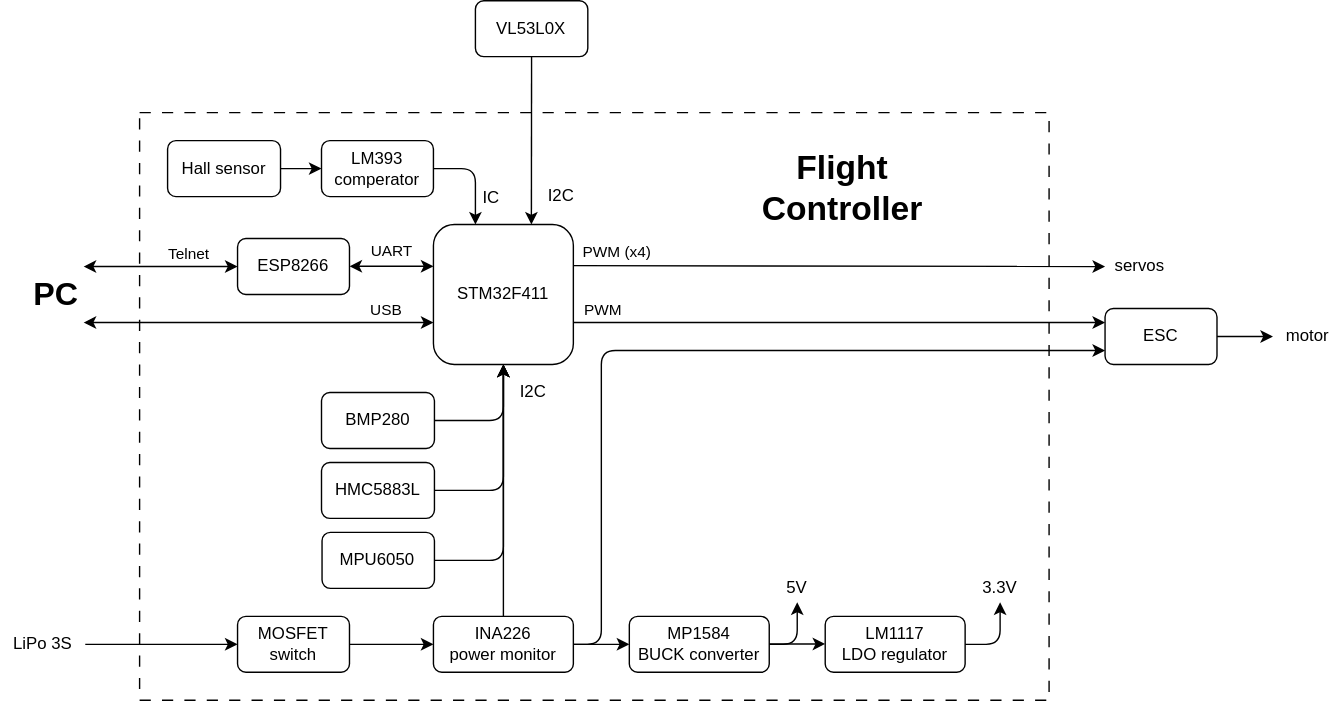
Eryk-Mozdzen/uav-tvc-goose keeps this draw.io diagram as docs/electronics_diagram.drawio.svg. Above is the earlier version. Source tidied: cells renumbered, new cells last; positions are measured from the earlier drawing's top-left corner, leaving out a move shared by most shapes.
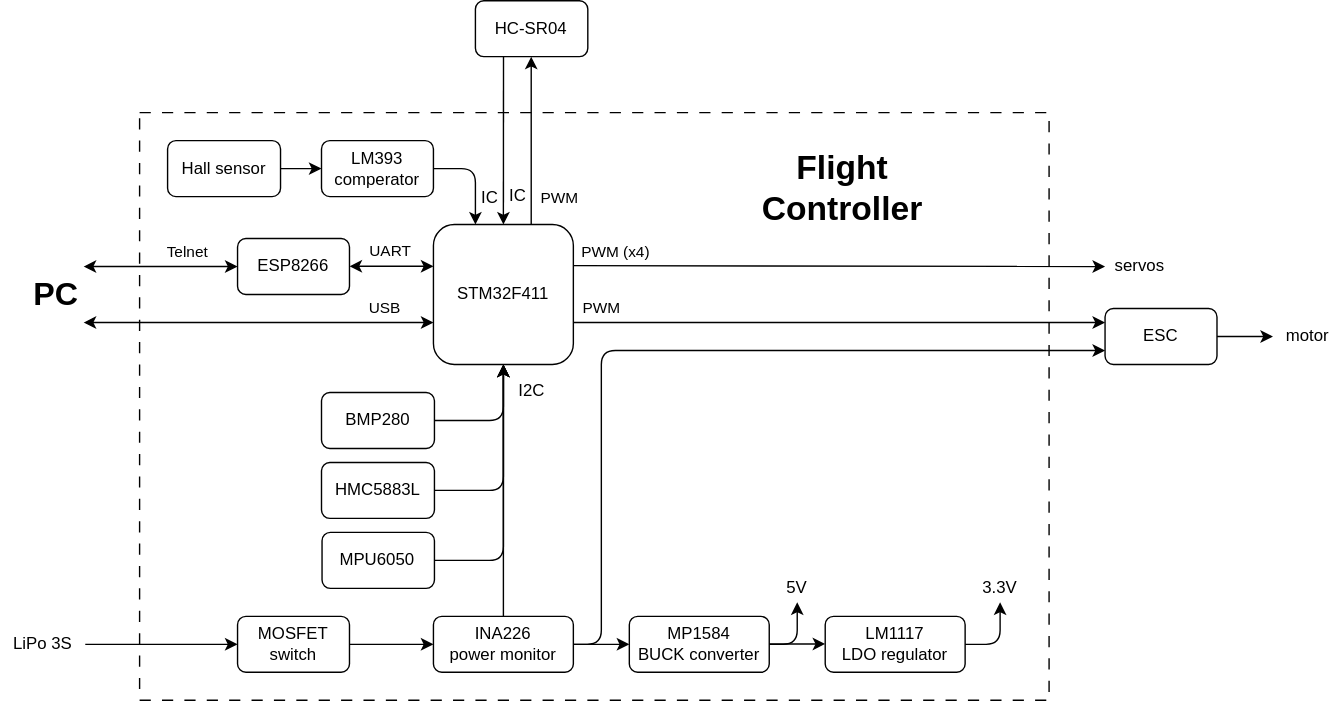
After the commit.

Diff of the diagram source:
```diff
@@ -5,6 +5,17 @@
     <mxCell id="2" style="rounded=0;whiteSpace=wrap;html=1;labelBackgroundColor=none;fontSize=23;dashed=1;dashPattern=8 8;" parent="1" vertex="1">
       <mxGeometry x="99" y="80" width="650" height="420" as="geometry" />
     </mxCell>
+    <mxCell id="51" style="edgeStyle=none;html=1;" parent="1" edge="1">
+      <mxGeometry relative="1" as="geometry">
+        <mxPoint x="378.9" y="170" as="sourcePoint" />
+        <mxPoint x="378.9" y="40" as="targetPoint" />
+      </mxGeometry>
+    </mxCell>
+    <mxCell id="52" value="PWM" style="edgeLabel;html=1;align=center;verticalAlign=middle;" parent="51" vertex="1">
+      <mxGeometry x="0.5" y="-1" relative="1" as="geometry">
+        <mxPoint x="19" y="68" as="offset" />
+      </mxGeometry>
+    </mxCell>
     <mxCell id="3" value="STM32F411" style="rounded=1;whiteSpace=wrap;html=1;" parent="1" vertex="1">
       <mxGeometry x="309" y="160" width="100" height="100" as="geometry" />
     </mxCell>
@@ -128,17 +139,15 @@
     <mxCell id="34" value="Hall sensor" style="rounded=1;whiteSpace=wrap;html=1;" parent="1" vertex="1">
       <mxGeometry x="119" y="100" width="80.7" height="40" as="geometry" />
     </mxCell>
-    <mxCell id="35" style="edgeStyle=none;html=1;fontSize=12;" parent="1" edge="1" source="37">
-      <mxGeometry relative="1" as="geometry">
-        <mxPoint x="379" y="160" as="targetPoint" />
-      </mxGeometry>
+    <mxCell id="35" style="edgeStyle=none;html=1;fontSize=12;entryX=0.5;entryY=0;entryDx=0;entryDy=0;exitX=0.25;exitY=1;exitDx=0;exitDy=0;" parent="1" edge="1" source="37" target="3">
+      <mxGeometry relative="1" as="geometry" />
     </mxCell>
-    <mxCell id="36" value="I2C" style="edgeLabel;html=1;align=center;verticalAlign=middle;fontSize=12;" parent="35" vertex="1">
+    <mxCell id="36" value="IC" style="edgeLabel;html=1;align=center;verticalAlign=middle;fontSize=12;" parent="35" vertex="1">
       <mxGeometry x="-0.52" y="-1" relative="1" as="geometry">
-        <mxPoint x="21" y="71" as="offset" />
+        <mxPoint x="11" y="71" as="offset" />
       </mxGeometry>
     </mxCell>
-    <mxCell id="37" value="VL53L0X" style="rounded=1;whiteSpace=wrap;html=1;" parent="1" vertex="1">
+    <mxCell id="37" value="HC-SR04" style="rounded=1;whiteSpace=wrap;html=1;" parent="1" vertex="1">
       <mxGeometry x="339" width="80.3" height="40" as="geometry" />
     </mxCell>
     <mxCell id="38" style="endArrow=classic;html=1;entryX=0;entryY=0.5;entryDx=0;entryDy=0;exitX=1;exitY=0.5;exitDx=0;exitDy=0;" parent="1" edge="1">
```
